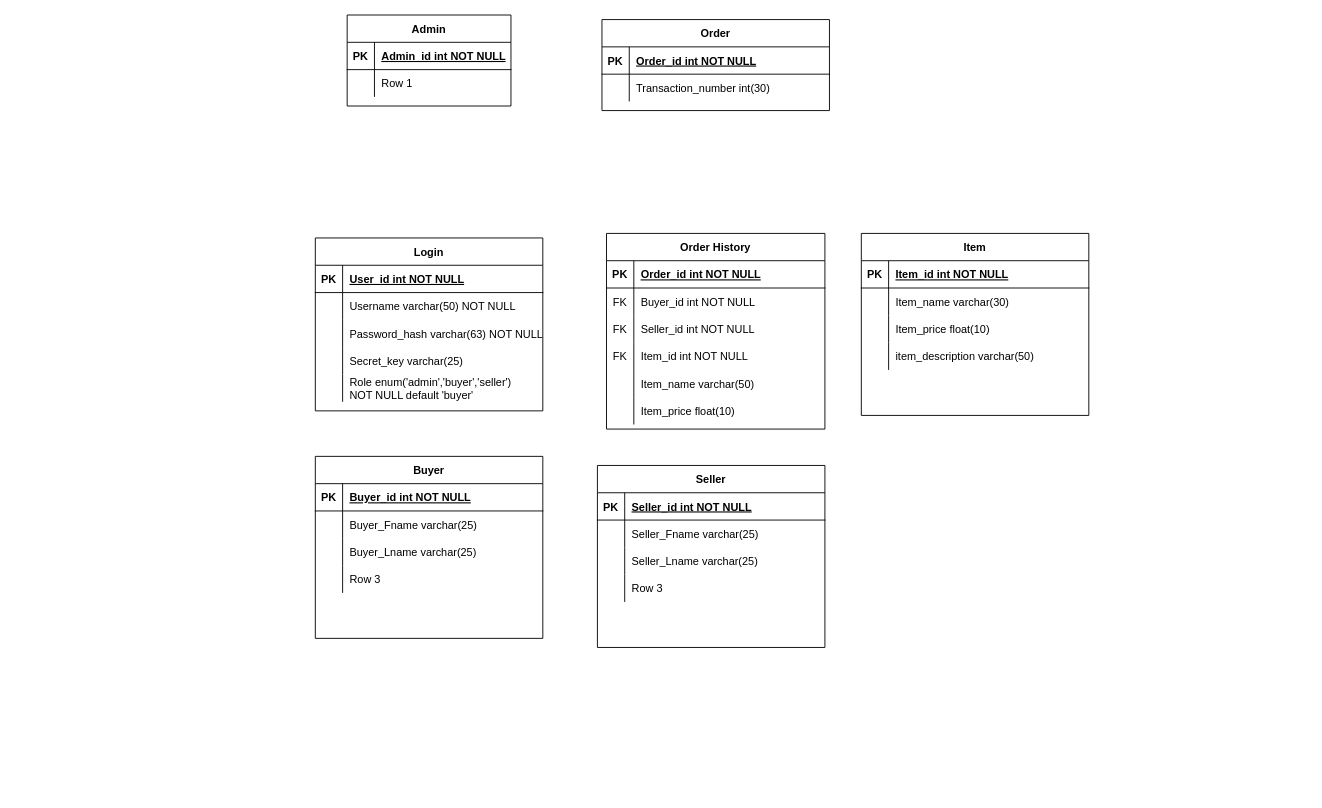
Earlier version of the draw.io diagram ERD.drawio (BenchaminDimitriu/Ecom22_TeamProject). Source tidied: cells renumbered, new cells numbered last; positions are measured from the earlier drawing's top-left corner, leaving out a move shared by most shapes. Both pictures are drawn from the tidied source at 91%, with x=0, y=0 at pixel (315, 15).
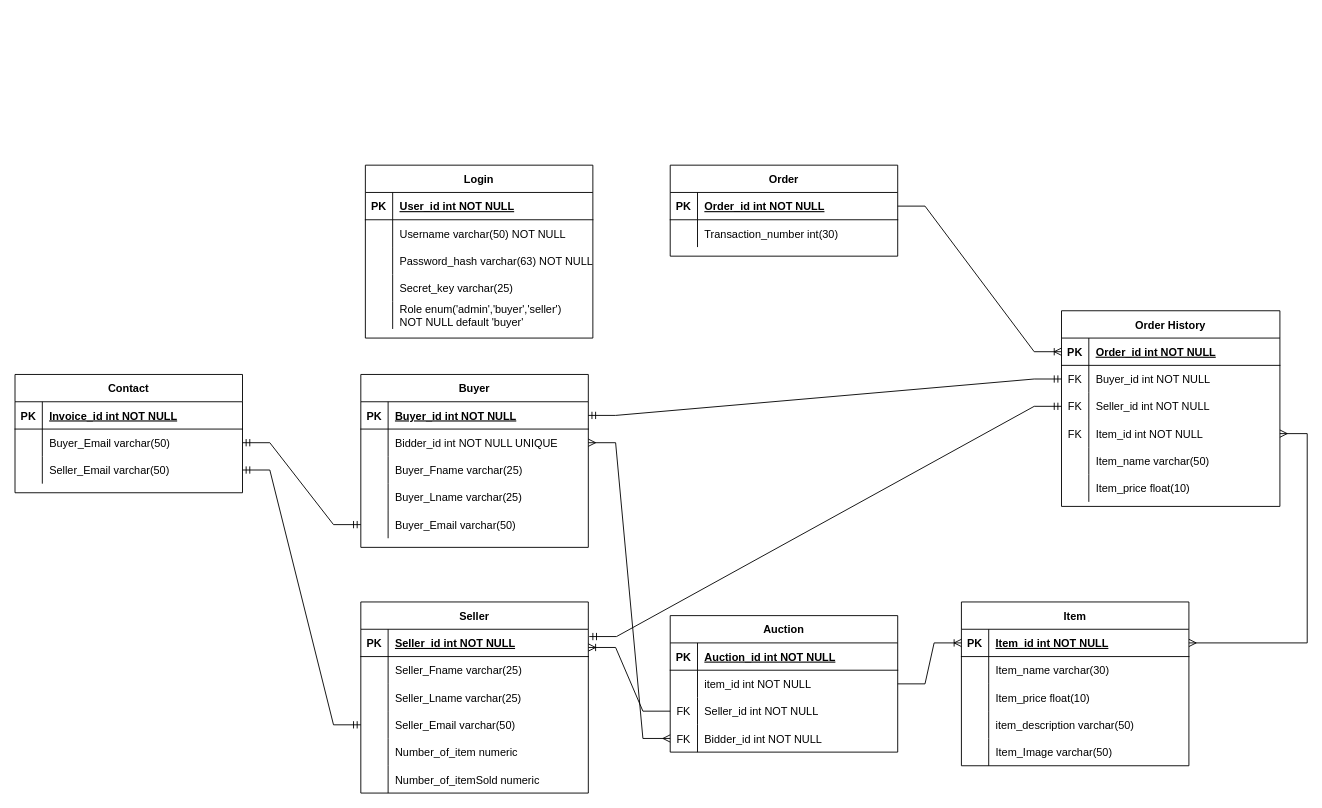
The same page after the edit.

Unchanged cells that the change refers to:
```xml
<mxCell id="19" style="shape=tableRow;horizontal=0;startSize=0;swimlaneHead=0;swimlaneBody=0;fillColor=none;points=[[0,0.5],[1,0.5]];portConstraint=eastwest;top=0;left=0;right=0;bottom=1;" parent="18" vertex="1">
  <mxGeometry y="30" width="240" height="30" as="geometry" />
</mxCell>
<mxCell id="22" style="shape=tableRow;horizontal=0;startSize=0;swimlaneHead=0;swimlaneBody=0;fillColor=none;points=[[0,0.5],[1,0.5]];portConstraint=eastwest;top=0;left=0;right=0;bottom=0;" parent="18" vertex="1">
  <mxGeometry y="60" width="240" height="30" as="geometry" />
</mxCell>
<mxCell id="25" style="shape=tableRow;horizontal=0;startSize=0;swimlaneHead=0;swimlaneBody=0;fillColor=none;points=[[0,0.5],[1,0.5]];portConstraint=eastwest;top=0;left=0;right=0;bottom=0;" parent="18" vertex="1">
  <mxGeometry y="90" width="240" height="30" as="geometry" />
</mxCell>
<mxCell id="28" style="shape=tableRow;horizontal=0;startSize=0;swimlaneHead=0;swimlaneBody=0;fillColor=none;points=[[0,0.5],[1,0.5]];portConstraint=eastwest;top=0;left=0;right=0;bottom=0;" parent="18" vertex="1">
  <mxGeometry y="120" width="240" height="30" as="geometry" />
</mxCell>
<mxCell id="38" style="shape=tableRow;horizontal=0;startSize=0;swimlaneHead=0;swimlaneBody=0;fillColor=none;points=[[0,0.5],[1,0.5]];portConstraint=eastwest;top=0;left=0;right=0;bottom=1;" parent="37" vertex="1">
  <mxGeometry y="30" width="250" height="30" as="geometry" />
</mxCell>
<mxCell id="51" style="shape=tableRow;horizontal=0;startSize=0;swimlaneHead=0;swimlaneBody=0;fillColor=none;points=[[0,0.5],[1,0.5]];portConstraint=eastwest;top=0;left=0;right=0;bottom=1;" parent="50" vertex="1">
  <mxGeometry y="30" width="250" height="30" as="geometry" />
</mxCell>
<mxCell id="64" style="shape=tableRow;horizontal=0;startSize=0;swimlaneHead=0;swimlaneBody=0;fillColor=none;points=[[0,0.5],[1,0.5]];portConstraint=eastwest;top=0;left=0;right=0;bottom=1;" parent="63" vertex="1">
  <mxGeometry y="30" width="250" height="30" as="geometry" />
</mxCell>
<mxCell id="77" style="shape=partialRectangle;fillColor=none;points=[[0,0.5],[1,0.5]];portConstraint=eastwest;top=0;left=0;right=0;bottom=1;" parent="76" vertex="1">
  <mxGeometry y="30" width="250" height="30" as="geometry" />
</mxCell>
```

Diff of the diagram source:
```diff
@@
     <mxCell id="2" value="Login" style="shape=table;startSize=30;childLayout=tableLayout;rowLines=0;fontStyle=1;align=center;" parent="1" vertex="1">
-      <mxGeometry y="245" width="250" height="190" as="geometry" />
+      <mxGeometry x="55" y="165" width="250" height="190" as="geometry" />
     </mxCell>
@@
     <mxCell id="18" value="Order History" style="shape=table;startSize=30;childLayout=tableLayout;rowLines=0;fontStyle=1;align=center;" parent="1" vertex="1">
-      <mxGeometry x="320" y="240" width="240" height="215" as="geometry" />
+      <mxGeometry x="820" y="325" width="240" height="215" as="geometry" />
     </mxCell>
@@
     <mxCell id="37" value="Buyer" style="shape=table;startSize=30;childLayout=tableLayout;rowLines=0;fontStyle=1;align=center;" parent="1" vertex="1">
-      <mxGeometry y="485" width="250" height="200" as="geometry" />
+      <mxGeometry x="50" y="395" width="250" height="190" as="geometry" />
     </mxCell>
@@
+    <mxCell id="47" style="shape=tableRow;horizontal=0;startSize=0;swimlaneHead=0;swimlaneBody=0;fillColor=none;points=[[0,0.5],[1,0.5]];portConstraint=eastwest;top=0;left=0;right=0;bottom=0;" parent="37" vertex="1">
+      <mxGeometry y="60" width="250" height="30" as="geometry" />
+    </mxCell>
+    <mxCell id="48" style="shape=partialRectangle;fillColor=none;top=0;left=0;bottom=0;right=0;overflow=hidden;" parent="47" vertex="1">
+      <mxGeometry width="30" height="30" as="geometry" />
+    </mxCell>
+    <mxCell id="49" value="Bidder_id int NOT NULL UNIQUE" style="shape=partialRectangle;fillColor=none;top=0;left=0;bottom=0;right=0;align=left;spacingLeft=6;overflow=hidden;" parent="47" vertex="1">
+      <mxGeometry x="30" width="220" height="30" as="geometry" />
+    </mxCell>
     <mxCell id="41" style="shape=tableRow;horizontal=0;startSize=0;swimlaneHead=0;swimlaneBody=0;fillColor=none;top=0;left=0;right=0;bottom=0;" parent="37" vertex="1">
-      <mxGeometry y="60" width="250" height="30" as="geometry" />
+      <mxGeometry y="90" width="250" height="30" as="geometry" />
     </mxCell>
@@
     <mxCell id="44" style="shape=tableRow;horizontal=0;startSize=0;swimlaneHead=0;swimlaneBody=0;fillColor=none;top=0;left=0;right=0;bottom=0;" parent="37" vertex="1">
-      <mxGeometry y="90" width="250" height="30" as="geometry" />
+      <mxGeometry y="120" width="250" height="30" as="geometry" />
     </mxCell>
@@
-    <mxCell id="47" style="shape=tableRow;horizontal=0;startSize=0;swimlaneHead=0;swimlaneBody=0;fillColor=none;points=[[0,0.5],[1,0.5]];portConstraint=eastwest;top=0;left=0;right=0;bottom=0;" parent="37" vertex="1">
-      <mxGeometry y="120" width="250" height="30" as="geometry" />
-    </mxCell>
-    <mxCell id="48" style="shape=partialRectangle;fillColor=none;top=0;left=0;bottom=0;right=0;overflow=hidden;" parent="47" vertex="1">
-      <mxGeometry width="30" height="30" as="geometry" />
-    </mxCell>
-    <mxCell id="49" value="Row 3" style="shape=partialRectangle;fillColor=none;top=0;left=0;bottom=0;right=0;align=left;spacingLeft=6;overflow=hidden;" parent="47" vertex="1">
-      <mxGeometry x="30" width="220" height="30" as="geometry" />
-    </mxCell>
+    <mxCell id="90" style="shape=tableRow;horizontal=0;startSize=0;swimlaneHead=0;swimlaneBody=0;fillColor=none;points=[[0,0.5],[1,0.5]];portConstraint=eastwest;top=0;left=0;right=0;bottom=0;" parent="37" vertex="1">
+      <mxGeometry y="150" width="250" height="30" as="geometry" />
+    </mxCell>
+    <mxCell id="91" style="shape=partialRectangle;fillColor=none;top=0;left=0;bottom=0;right=0;overflow=hidden;" parent="90" vertex="1">
+      <mxGeometry width="30" height="30" as="geometry" />
+    </mxCell>
+    <mxCell id="92" value="Buyer_Email varchar(50)" style="shape=partialRectangle;fillColor=none;top=0;left=0;bottom=0;right=0;align=left;spacingLeft=6;overflow=hidden;" parent="90" vertex="1">
+      <mxGeometry x="30" width="220" height="30" as="geometry" />
+    </mxCell>
     <mxCell id="50" value="Seller" style="shape=table;startSize=30;childLayout=tableLayout;rowLines=0;fontStyle=1;align=center;" parent="1" vertex="1">
-      <mxGeometry x="310" y="495" width="250" height="200" as="geometry" />
+      <mxGeometry x="50" y="645" width="250" height="210" as="geometry" />
     </mxCell>
@@
+    <mxCell id="93" style="shape=tableRow;horizontal=0;startSize=0;swimlaneHead=0;swimlaneBody=0;fillColor=none;points=[[0,0.5],[1,0.5]];portConstraint=eastwest;top=0;left=0;right=0;bottom=0;" parent="50" vertex="1">
+      <mxGeometry y="120" width="250" height="30" as="geometry" />
+    </mxCell>
+    <mxCell id="94" style="shape=partialRectangle;fillColor=none;top=0;left=0;bottom=0;right=0;overflow=hidden;" parent="93" vertex="1">
+      <mxGeometry width="30" height="30" as="geometry" />
+    </mxCell>
+    <mxCell id="95" value="Seller_Email varchar(50)" style="shape=partialRectangle;fillColor=none;top=0;left=0;bottom=0;right=0;align=left;spacingLeft=6;overflow=hidden;" parent="93" vertex="1">
+      <mxGeometry x="30" width="220" height="30" as="geometry" />
+    </mxCell>
+    <mxCell id="96" style="shape=tableRow;horizontal=0;startSize=0;swimlaneHead=0;swimlaneBody=0;fillColor=none;top=0;left=0;right=0;bottom=0;" parent="50" vertex="1">
+      <mxGeometry y="150" width="250" height="30" as="geometry" />
+    </mxCell>
+    <mxCell id="97" style="shape=partialRectangle;fillColor=none;top=0;left=0;bottom=0;right=0;overflow=hidden;" parent="96" vertex="1">
+      <mxGeometry width="30" height="30" as="geometry" />
+    </mxCell>
+    <mxCell id="98" value="Number_of_item numeric" style="shape=partialRectangle;fillColor=none;top=0;left=0;bottom=0;right=0;align=left;spacingLeft=6;overflow=hidden;" parent="96" vertex="1">
+      <mxGeometry x="30" width="220" height="30" as="geometry" />
+    </mxCell>
     <mxCell id="60" style="shape=tableRow;horizontal=0;startSize=0;swimlaneHead=0;swimlaneBody=0;fillColor=none;top=0;left=0;right=0;bottom=0;" parent="50" vertex="1">
-      <mxGeometry y="120" width="250" height="30" as="geometry" />
+      <mxGeometry y="180" width="250" height="30" as="geometry" />
     </mxCell>
@@
-    <mxCell id="62" value="Row 3" style="shape=partialRectangle;fillColor=none;top=0;left=0;bottom=0;right=0;align=left;spacingLeft=6;overflow=hidden;" parent="60" vertex="1">
+    <mxCell id="62" value="Number_of_itemSold numeric" style="shape=partialRectangle;fillColor=none;top=0;left=0;bottom=0;right=0;align=left;spacingLeft=6;overflow=hidden;" parent="60" vertex="1">
       <mxGeometry x="30" width="220" height="30" as="geometry" />
     </mxCell>
     <mxCell id="63" value="Item" style="shape=table;startSize=30;childLayout=tableLayout;rowLines=0;fontStyle=1;align=center;" parent="1" vertex="1">
-      <mxGeometry x="600" y="240" width="250" height="200" as="geometry" />
+      <mxGeometry x="710" y="645" width="250" height="180" as="geometry" />
     </mxCell>
@@
+    <mxCell id="99" style="shape=tableRow;horizontal=0;startSize=0;swimlaneHead=0;swimlaneBody=0;fillColor=none;top=0;left=0;right=0;bottom=0;" parent="63" vertex="1">
+      <mxGeometry y="150" width="250" height="30" as="geometry" />
+    </mxCell>
+    <mxCell id="100" style="shape=partialRectangle;fillColor=none;top=0;left=0;bottom=0;right=0;overflow=hidden;" parent="99" vertex="1">
+      <mxGeometry width="30" height="30" as="geometry" />
+    </mxCell>
+    <mxCell id="101" value="Item_Image varchar(50)" style="shape=partialRectangle;fillColor=none;top=0;left=0;bottom=0;right=0;align=left;spacingLeft=6;overflow=hidden;" parent="99" vertex="1">
+      <mxGeometry x="30" width="220" height="30" as="geometry" />
+    </mxCell>
     <mxCell id="76" value="Order" style="shape=table;startSize=30;childLayout=tableLayout;rowLines=0;fontStyle=1;align=center;" parent="1" vertex="1">
-      <mxGeometry x="315" y="5" width="250" height="100" as="geometry" />
+      <mxGeometry x="390" y="165" width="250" height="100" as="geometry" />
     </mxCell>
@@
-    <mxCell id="83" value="Admin" style="shape=table;startSize=30;childLayout=tableLayout;rowLines=0;fontStyle=1;align=center;" parent="1" vertex="1">
-      <mxGeometry x="35" width="180" height="100" as="geometry" />
-    </mxCell>
-    <mxCell id="84" style="shape=tableRow;horizontal=0;startSize=0;swimlaneHead=0;swimlaneBody=0;fillColor=none;top=0;left=0;right=0;bottom=1;" parent="83" vertex="1">
-      <mxGeometry y="30" width="180" height="30" as="geometry" />
-    </mxCell>
+    <mxCell id="102" style="edgeStyle=entityRelationEdgeStyle;fontSize=12;html=1;endArrow=ERmandOne;startArrow=ERmandOne;rounded=0;entryX=0;entryY=0.5;entryDx=0;entryDy=0;exitX=1;exitY=0.5;exitDx=0;exitDy=0;" parent="1" edge="1" source="38" target="22">
+      <mxGeometry relative="1" as="geometry" />
+    </mxCell>
+    <mxCell id="103" style="edgeStyle=entityRelationEdgeStyle;fontSize=12;html=1;endArrow=ERmandOne;startArrow=ERmandOne;rounded=0;entryX=0;entryY=0.5;entryDx=0;entryDy=0;exitX=1.004;exitY=0.267;exitDx=0;exitDy=0;exitPerimeter=0;" parent="1" edge="1" source="51" target="25">
+      <mxGeometry relative="1" as="geometry" />
+    </mxCell>
+    <mxCell id="104" style="edgeStyle=entityRelationEdgeStyle;fontSize=12;html=1;endArrow=ERmany;startArrow=ERmany;rounded=0;" parent="1" edge="1" source="28" target="64">
+      <mxGeometry relative="1" as="geometry" />
+    </mxCell>
+    <mxCell id="105" value="Contact" style="shape=table;startSize=30;childLayout=tableLayout;rowLines=0;fontStyle=1;align=center;" parent="1" vertex="1">
+      <mxGeometry x="-330" y="395" width="250" height="130" as="geometry" />
+    </mxCell>
+    <mxCell id="106" style="shape=partialRectangle;fillColor=none;top=0;left=0;right=0;bottom=1;" parent="105" vertex="1">
+      <mxGeometry y="30" width="250" height="30" as="geometry" />
+    </mxCell>
+    <mxCell id="107" value="PK" style="shape=partialRectangle;overflow=hidden;fillColor=none;top=0;left=0;bottom=0;right=0;fontStyle=1;" parent="106" vertex="1">
+      <mxGeometry width="30" height="30" as="geometry" />
+    </mxCell>
+    <mxCell id="108" value="Invoice_id int NOT NULL" style="shape=partialRectangle;overflow=hidden;fillColor=none;top=0;left=0;bottom=0;right=0;align=left;spacingLeft=6;fontStyle=5;" parent="106" vertex="1">
+      <mxGeometry x="30" width="220" height="30" as="geometry" />
+    </mxCell>
+    <mxCell id="109" style="shape=partialRectangle;fillColor=none;points=[[0,0.5],[1,0.5]];portConstraint=eastwest;top=0;left=0;right=0;bottom=0;" parent="105" vertex="1">
+      <mxGeometry y="60" width="250" height="30" as="geometry" />
+    </mxCell>
+    <mxCell id="110" style="shape=partialRectangle;overflow=hidden;fillColor=none;top=0;left=0;bottom=0;right=0;" parent="109" vertex="1">
+      <mxGeometry width="30" height="30" as="geometry" />
+    </mxCell>
+    <mxCell id="111" value="Buyer_Email varchar(50)" style="shape=partialRectangle;overflow=hidden;fillColor=none;top=0;left=0;bottom=0;right=0;align=left;spacingLeft=6;" parent="109" vertex="1">
+      <mxGeometry x="30" width="220" height="30" as="geometry" />
+    </mxCell>
+    <mxCell id="112" style="shape=partialRectangle;fillColor=none;points=[[0,0.5],[1,0.5]];portConstraint=eastwest;top=0;left=0;right=0;bottom=0;" parent="105" vertex="1">
+      <mxGeometry y="90" width="250" height="30" as="geometry" />
+    </mxCell>
+    <mxCell id="113" style="shape=partialRectangle;overflow=hidden;fillColor=none;top=0;left=0;bottom=0;right=0;" parent="112" vertex="1">
+      <mxGeometry width="30" height="30" as="geometry" />
+    </mxCell>
+    <mxCell id="114" value="Seller_Email varchar(50)" style="shape=partialRectangle;overflow=hidden;fillColor=none;top=0;left=0;bottom=0;right=0;align=left;spacingLeft=6;" parent="112" vertex="1">
+      <mxGeometry x="30" width="220" height="30" as="geometry" />
+    </mxCell>
+    <mxCell id="115" style="edgeStyle=entityRelationEdgeStyle;fontSize=12;html=1;endArrow=ERmandOne;startArrow=ERmandOne;rounded=0;entryX=0;entryY=0.5;entryDx=0;entryDy=0;exitX=1;exitY=0.5;exitDx=0;exitDy=0;" parent="1" edge="1" source="109" target="90">
+      <mxGeometry relative="1" as="geometry" />
+    </mxCell>
+    <mxCell id="116" style="edgeStyle=entityRelationEdgeStyle;fontSize=12;html=1;endArrow=ERmandOne;startArrow=ERmandOne;rounded=0;entryX=0;entryY=0.5;entryDx=0;entryDy=0;exitX=1;exitY=0.5;exitDx=0;exitDy=0;" parent="1" edge="1" source="112" target="93">
+      <mxGeometry relative="1" as="geometry" />
+    </mxCell>
+    <mxCell id="117" style="edgeStyle=entityRelationEdgeStyle;fontSize=12;html=1;endArrow=ERoneToMany;rounded=0;exitX=1;exitY=0.5;exitDx=0;exitDy=0;entryX=0;entryY=0.5;entryDx=0;entryDy=0;" parent="1" edge="1" source="77" target="19">
+      <mxGeometry relative="1" as="geometry" />
+    </mxCell>
+    <mxCell id="118" value="Auction" style="shape=table;startSize=30;childLayout=tableLayout;rowLines=0;fontStyle=1;align=center;" parent="1" vertex="1">
+      <mxGeometry x="390" y="660" width="250" height="150" as="geometry" />
+    </mxCell>
+    <mxCell id="119" style="shape=tableRow;horizontal=0;startSize=0;swimlaneHead=0;swimlaneBody=0;fillColor=none;top=0;left=0;right=0;bottom=1;" parent="118" vertex="1">
+      <mxGeometry y="30" width="250" height="30" as="geometry" />
+    </mxCell>
-    <mxCell id="85" value="PK" style="shape=partialRectangle;fillColor=none;top=0;left=0;bottom=0;right=0;fontStyle=1;overflow=hidden;" parent="84" vertex="1">
+    <mxCell id="85" value="PK" style="shape=partialRectangle;fillColor=none;top=0;left=0;bottom=0;right=0;fontStyle=1;overflow=hidden;" parent="119" vertex="1">
       <mxGeometry width="30" height="30" as="geometry" />
     </mxCell>
-    <mxCell id="86" value="Admin_id int NOT NULL" style="shape=partialRectangle;fillColor=none;top=0;left=0;bottom=0;right=0;align=left;spacingLeft=6;fontStyle=5;overflow=hidden;" parent="84" vertex="1">
-      <mxGeometry x="30" width="150" height="30" as="geometry" />
-    </mxCell>
-    <mxCell id="87" style="shape=tableRow;horizontal=0;startSize=0;swimlaneHead=0;swimlaneBody=0;fillColor=none;top=0;left=0;right=0;bottom=0;" parent="83" vertex="1">
-      <mxGeometry y="60" width="180" height="30" as="geometry" />
-    </mxCell>
-    <mxCell id="88" style="shape=partialRectangle;fillColor=none;top=0;left=0;bottom=0;right=0;overflow=hidden;" parent="87" vertex="1">
-      <mxGeometry width="30" height="30" as="geometry" />
-    </mxCell>
-    <mxCell id="89" value="Row 1" style="shape=partialRectangle;fillColor=none;top=0;left=0;bottom=0;right=0;align=left;spacingLeft=6;overflow=hidden;" parent="87" vertex="1">
-      <mxGeometry x="30" width="150" height="30" as="geometry" />
-    </mxCell>
+    <mxCell id="120" value="Auction_id int NOT NULL" style="shape=partialRectangle;fillColor=none;top=0;left=0;bottom=0;right=0;align=left;spacingLeft=6;fontStyle=5;overflow=hidden;" parent="119" vertex="1">
+      <mxGeometry x="30" width="220" height="30" as="geometry" />
+    </mxCell>
+    <mxCell id="121" style="shape=tableRow;horizontal=0;startSize=0;swimlaneHead=0;swimlaneBody=0;fillColor=none;points=[[0,0.5],[1,0.5]];portConstraint=eastwest;top=0;left=0;right=0;bottom=0;" parent="118" vertex="1">
+      <mxGeometry y="60" width="250" height="30" as="geometry" />
+    </mxCell>
+    <mxCell id="122" style="shape=partialRectangle;fillColor=none;top=0;left=0;bottom=0;right=0;overflow=hidden;" parent="121" vertex="1">
+      <mxGeometry width="30" height="30" as="geometry" />
+    </mxCell>
+    <mxCell id="123" value="item_id int NOT NULL" style="shape=partialRectangle;fillColor=none;top=0;left=0;bottom=0;right=0;align=left;spacingLeft=6;overflow=hidden;" parent="121" vertex="1">
+      <mxGeometry x="30" width="220" height="30" as="geometry" />
+    </mxCell>
+    <mxCell id="124" style="shape=tableRow;horizontal=0;startSize=0;swimlaneHead=0;swimlaneBody=0;fillColor=none;points=[[0,0.5],[1,0.5]];portConstraint=eastwest;top=0;left=0;right=0;bottom=0;" parent="118" vertex="1">
+      <mxGeometry y="90" width="250" height="30" as="geometry" />
+    </mxCell>
+    <mxCell id="125" value="FK" style="shape=partialRectangle;fillColor=none;top=0;left=0;bottom=0;right=0;overflow=hidden;" parent="124" vertex="1">
+      <mxGeometry width="30" height="30" as="geometry" />
+    </mxCell>
+    <mxCell id="126" value="Seller_id int NOT NULL" style="shape=partialRectangle;fillColor=none;top=0;left=0;bottom=0;right=0;align=left;spacingLeft=6;overflow=hidden;" parent="124" vertex="1">
+      <mxGeometry x="30" width="220" height="30" as="geometry" />
+    </mxCell>
+    <mxCell id="127" style="shape=tableRow;horizontal=0;startSize=0;swimlaneHead=0;swimlaneBody=0;fillColor=none;points=[[0,0.5],[1,0.5]];portConstraint=eastwest;top=0;left=0;right=0;bottom=0;" parent="118" vertex="1">
+      <mxGeometry y="120" width="250" height="30" as="geometry" />
+    </mxCell>
+    <mxCell id="128" value="FK" style="shape=partialRectangle;fillColor=none;top=0;left=0;bottom=0;right=0;overflow=hidden;" parent="127" vertex="1">
+      <mxGeometry width="30" height="30" as="geometry" />
+    </mxCell>
+    <mxCell id="129" value="Bidder_id int NOT NULL" style="shape=partialRectangle;fillColor=none;top=0;left=0;bottom=0;right=0;align=left;spacingLeft=6;overflow=hidden;" parent="127" vertex="1">
+      <mxGeometry x="30" width="220" height="30" as="geometry" />
+    </mxCell>
+    <mxCell id="130" style="edgeStyle=entityRelationEdgeStyle;fontSize=12;html=1;endArrow=ERoneToMany;rounded=0;exitX=1;exitY=0.5;exitDx=0;exitDy=0;" parent="1" edge="1" source="121" target="64">
+      <mxGeometry relative="1" as="geometry" />
+    </mxCell>
+    <mxCell id="131" style="edgeStyle=entityRelationEdgeStyle;fontSize=12;html=1;endArrow=ERmany;startArrow=ERmany;rounded=0;exitX=1;exitY=0.5;exitDx=0;exitDy=0;" parent="1" edge="1" source="47" target="127">
+      <mxGeometry relative="1" as="geometry" />
+    </mxCell>
+    <mxCell id="132" style="edgeStyle=entityRelationEdgeStyle;fontSize=12;html=1;endArrow=ERoneToMany;rounded=0;entryX=1;entryY=0.667;entryDx=0;entryDy=0;entryPerimeter=0;" parent="1" edge="1" source="124" target="51">
+      <mxGeometry relative="1" as="geometry" />
+    </mxCell>
```
